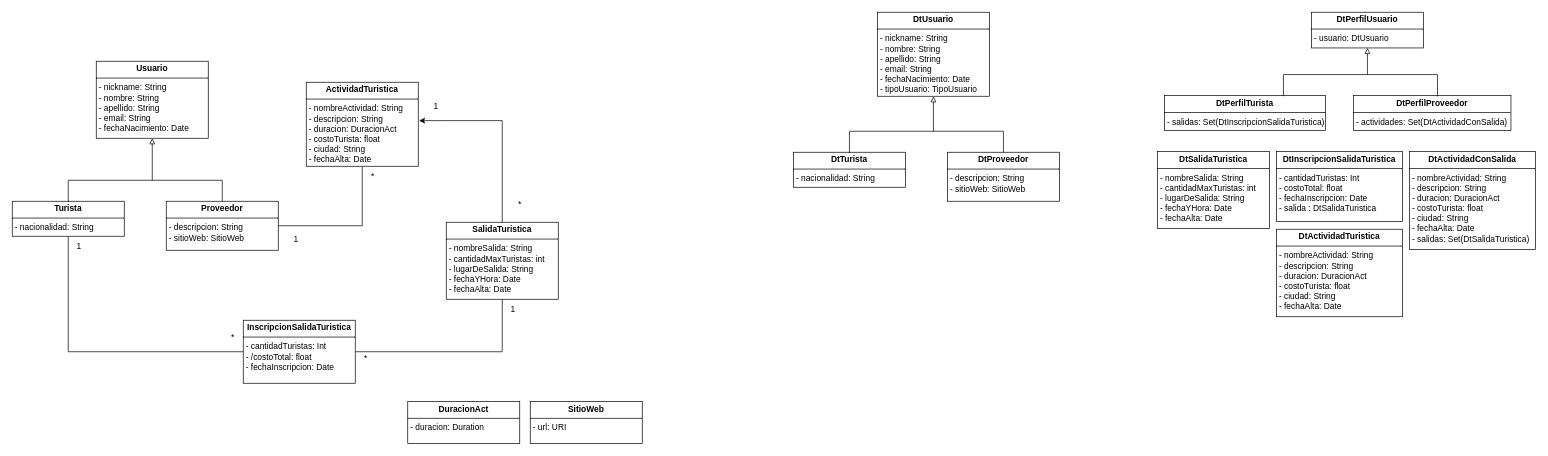
The draw.io diagram page "ModeloDominio" (1 of 12) of resources/Tarea1.drawio in rofernandezm/Tencnoinf_Pap2025_Tarea1, before the edit. Source tidied: cells renumbered, new cells numbered last; positions are measured from the earlier drawing's top-left corner, leaving out a move shared by most shapes. Both pictures are drawn from the tidied source at 70%, with x=0, y=0 at pixel (12, 12).
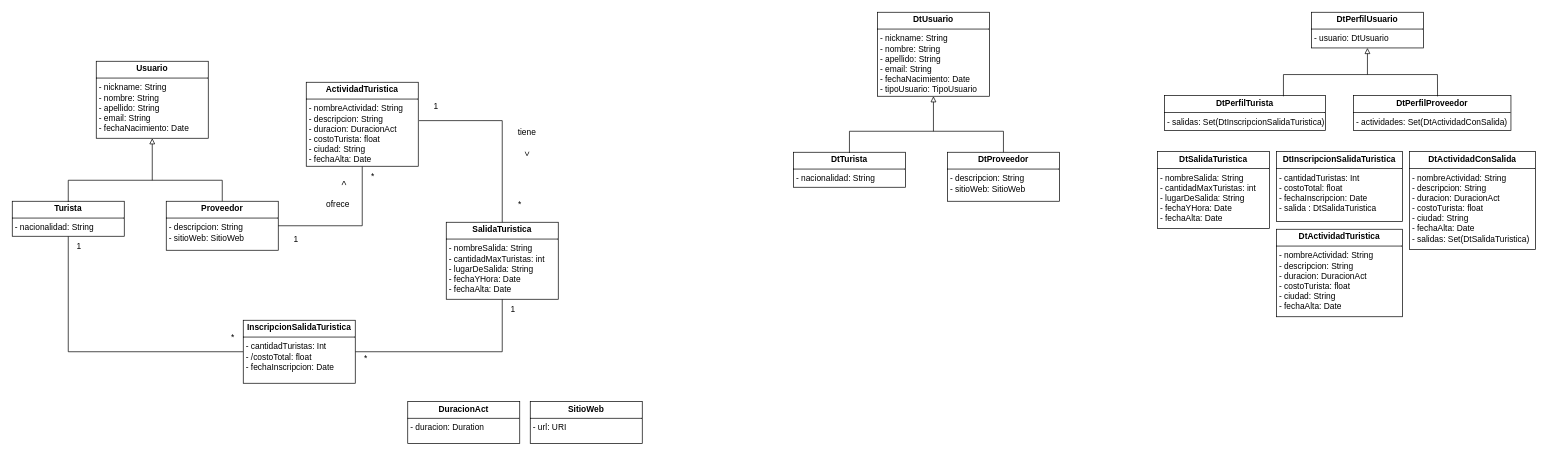
After the change.

Commit message:
Modificacion modelo de dominio.drawio

Unchanged cells that the change refers to:
```xml
<mxCell id="9" value="&lt;p style=&quot;margin:0px;margin-top:4px;text-align:center;&quot;&gt;&lt;b&gt;ActividadTuristica&lt;/b&gt;&lt;/p&gt;&lt;hr size=&quot;1&quot; style=&quot;border-style:solid;&quot;&gt;&lt;p style=&quot;margin:0px;margin-left:4px;&quot;&gt;- nombreActividad: String&lt;/p&gt;&lt;p style=&quot;margin:0px;margin-left:4px;&quot;&gt;- descripcion: String&lt;/p&gt;&lt;p style=&quot;margin:0px;margin-left:4px;&quot;&gt;- duracion: DuracionAct&lt;/p&gt;&lt;p style=&quot;margin:0px;margin-left:4px;&quot;&gt;- costoTurista: float&lt;/p&gt;&lt;p style=&quot;margin:0px;margin-left:4px;&quot;&gt;- ciudad: String&lt;/p&gt;&lt;p style=&quot;margin:0px;margin-left:4px;&quot;&gt;- fechaAlta: Date&lt;/p&gt;" style="verticalAlign=top;align=left;overflow=fill;html=1;whiteSpace=wrap;" parent="1" vertex="1">
  <mxGeometry x="420" y="100" width="160" height="120" as="geometry" />
</mxCell>
<mxCell id="10" value="&lt;p style=&quot;margin:0px;margin-top:4px;text-align:center;&quot;&gt;&lt;b&gt;SalidaTuristica&lt;/b&gt;&lt;/p&gt;&lt;hr size=&quot;1&quot; style=&quot;border-style:solid;&quot;&gt;&lt;p style=&quot;margin:0px;margin-left:4px;&quot;&gt;- nombreSalida: String&lt;/p&gt;&lt;p style=&quot;margin:0px;margin-left:4px;&quot;&gt;- cantidadMaxTuristas: int&lt;/p&gt;&lt;p style=&quot;margin:0px;margin-left:4px;&quot;&gt;- lugarDeSalida: String&lt;/p&gt;&lt;p style=&quot;margin:0px;margin-left:4px;&quot;&gt;- fechaYHora: Date&lt;/p&gt;&lt;p style=&quot;margin:0px;margin-left:4px;&quot;&gt;- fechaAlta: Date&lt;/p&gt;" style="verticalAlign=top;align=left;overflow=fill;html=1;whiteSpace=wrap;" parent="1" vertex="1">
  <mxGeometry x="620" y="300" width="160" height="110" as="geometry" />
</mxCell>
```

The edit, as a diff of the source:
```diff
@@
-    <mxCell id="11" style="edgeStyle=orthogonalEdgeStyle;rounded=0;jettySize=auto;html=1;entryX=1.007;entryY=0.457;entryDx=0;entryDy=0;entryPerimeter=0;exitX=0.5;exitY=0;exitDx=0;exitDy=0;" parent="1" edge="1" source="10" target="9">
+    <mxCell id="11" style="edgeStyle=orthogonalEdgeStyle;rounded=0;jettySize=auto;html=1;entryX=1.007;entryY=0.457;entryDx=0;entryDy=0;entryPerimeter=0;exitX=0.5;exitY=0;exitDx=0;exitDy=0;endArrow=none;endFill=0;" parent="1" edge="1" source="10" target="9">
       <mxGeometry relative="1" as="geometry">
         <Array as="points">
           <mxPoint x="700" y="155" />
         </Array>
       </mxGeometry>
     </mxCell>
@@
+    <mxCell id="38" value="tiene" style="text;html=1;align=center;verticalAlign=middle;strokeColor=none;fillColor=none;" parent="1" vertex="1">
+      <mxGeometry x="710" y="157" width="50" height="30" as="geometry" />
+    </mxCell>
+    <mxCell id="39" value="&amp;gt;" style="text;html=1;align=center;verticalAlign=middle;strokeColor=none;fillColor=none;rotation=90;" parent="1" vertex="1">
+      <mxGeometry x="721" y="187" width="30" height="30" as="geometry" />
+    </mxCell>
+    <mxCell id="40" value="ofrece" style="text;html=1;align=center;verticalAlign=middle;strokeColor=none;fillColor=none;" parent="1" vertex="1">
+      <mxGeometry x="435" y="260" width="60" height="30" as="geometry" />
+    </mxCell>
+    <mxCell id="41" value="&amp;gt;" style="text;html=1;align=center;verticalAlign=middle;strokeColor=none;fillColor=none;rotation=-90;" parent="1" vertex="1">
+      <mxGeometry x="460" y="230" width="30" height="30" as="geometry" />
+    </mxCell>
```
